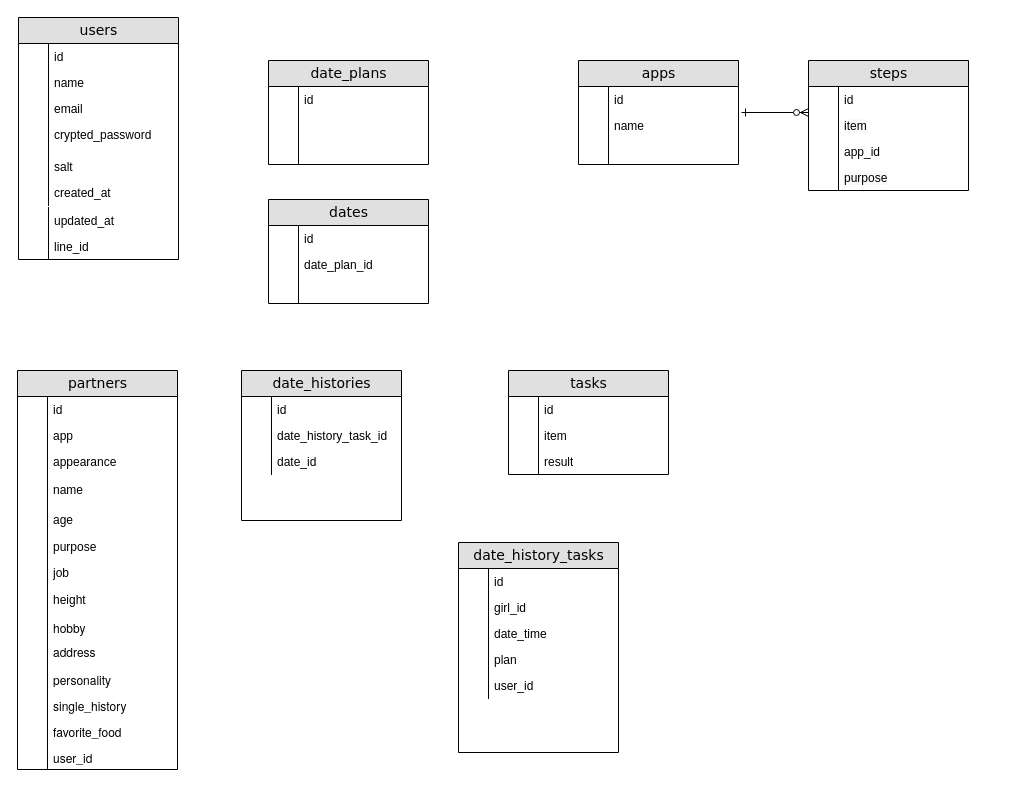
This is Untitled Diagram.drawio from kstar0102/ryuki0102, a draw.io file, before an edit. Source tidied: cells renumbered, new cells numbered last; positions are measured from the earlier drawing's top-left corner, leaving out a move shared by most shapes. Both pictures are drawn from the tidied source at 100%, with x=0, y=0 at pixel (17, 17).
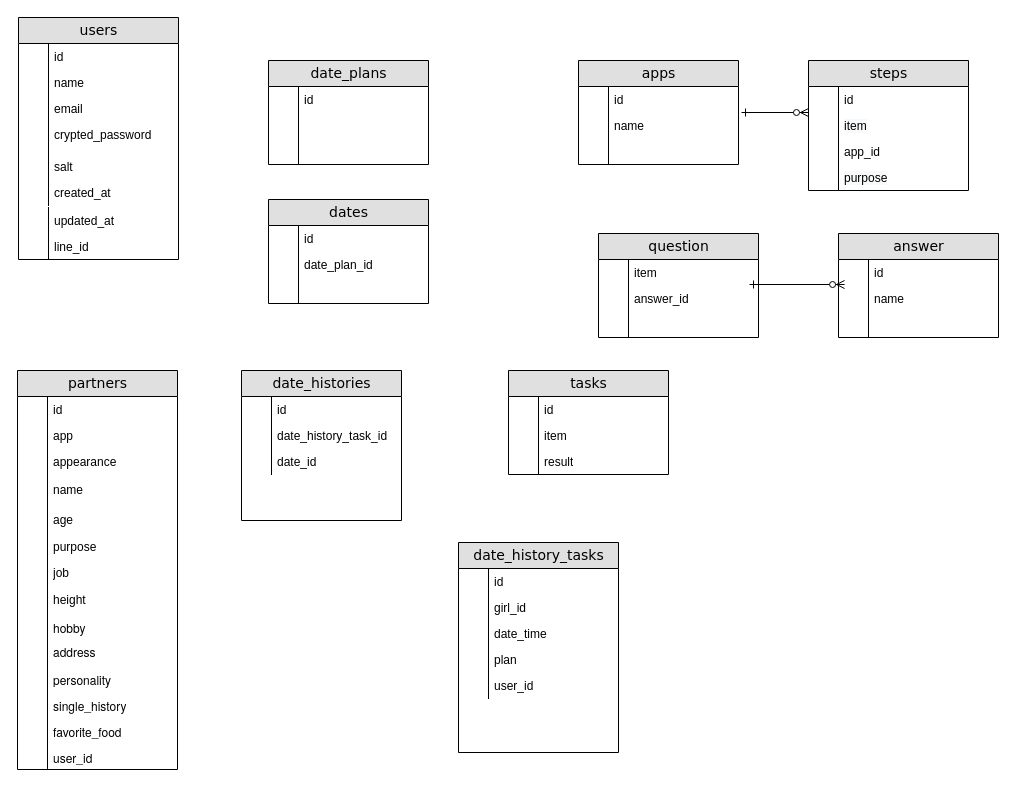
The same page after the edit.

Change to the diagram source:
```diff
@@
+    <mxCell id="108" value="question" style="swimlane;html=1;fontStyle=0;horizontal=1;startSize=26;fillColor=#e0e0e0;swimlaneFillColor=#ffffff;align=center;rounded=0;shadow=0;comic=0;labelBackgroundColor=none;strokeWidth=1;fontFamily=Verdana;fontSize=14;" parent="1" vertex="1">
+      <mxGeometry x="581" y="216" width="160" height="104" as="geometry" />
+    </mxCell>
+    <mxCell id="109" value="item" style="shape=partialRectangle;top=0;left=0;right=0;bottom=0;html=1;align=left;verticalAlign=top;fillColor=none;spacingLeft=34;spacingRight=4;whiteSpace=wrap;overflow=hidden;points=[[0,0.5],[1,0.5]];portConstraint=eastwest;" parent="108" vertex="1">
+      <mxGeometry y="26" width="160" height="26" as="geometry" />
+    </mxCell>
+    <mxCell id="110" style="shape=partialRectangle;top=0;left=0;bottom=0;html=1;fillColor=none;align=left;verticalAlign=top;spacingLeft=4;spacingRight=4;whiteSpace=wrap;overflow=hidden;" parent="109" vertex="1">
+      <mxGeometry width="30" height="26" as="geometry" />
+    </mxCell>
+    <mxCell id="111" value="answer_id" style="shape=partialRectangle;top=0;left=0;right=0;bottom=0;html=1;align=left;verticalAlign=top;fillColor=none;spacingLeft=34;spacingRight=4;whiteSpace=wrap;overflow=hidden;" parent="108" vertex="1">
+      <mxGeometry y="52" width="160" height="26" as="geometry" />
+    </mxCell>
+    <mxCell id="112" style="shape=partialRectangle;top=0;left=0;bottom=0;html=1;fillColor=none;align=left;verticalAlign=top;spacingLeft=4;spacingRight=4;whiteSpace=wrap;overflow=hidden;" parent="111" vertex="1">
+      <mxGeometry width="30" height="26" as="geometry" />
+    </mxCell>
+    <mxCell id="113" style="shape=partialRectangle;top=0;left=0;right=0;bottom=0;html=1;align=left;verticalAlign=top;fillColor=none;spacingLeft=34;spacingRight=4;whiteSpace=wrap;overflow=hidden;" parent="108" vertex="1">
+      <mxGeometry y="78" width="160" height="26" as="geometry" />
+    </mxCell>
+    <mxCell id="114" style="shape=partialRectangle;top=0;left=0;bottom=0;html=1;fillColor=none;align=left;verticalAlign=top;spacingLeft=4;spacingRight=4;whiteSpace=wrap;overflow=hidden;" parent="113" vertex="1">
+      <mxGeometry width="30" height="26" as="geometry" />
+    </mxCell>
+    <mxCell id="115" value="answer" style="swimlane;html=1;fontStyle=0;horizontal=1;startSize=26;fillColor=#e0e0e0;swimlaneFillColor=#ffffff;align=center;rounded=0;shadow=0;comic=0;labelBackgroundColor=none;strokeWidth=1;fontFamily=Verdana;fontSize=14;" parent="1" vertex="1">
+      <mxGeometry x="821" y="216" width="160" height="104" as="geometry" />
+    </mxCell>
+    <mxCell id="116" value="id" style="shape=partialRectangle;top=0;left=0;right=0;bottom=0;html=1;align=left;verticalAlign=top;fillColor=none;spacingLeft=34;spacingRight=4;whiteSpace=wrap;overflow=hidden;" parent="115" vertex="1">
+      <mxGeometry y="26" width="160" height="26" as="geometry" />
+    </mxCell>
+    <mxCell id="117" style="shape=partialRectangle;top=0;left=0;bottom=0;html=1;fillColor=none;align=left;verticalAlign=top;spacingLeft=4;spacingRight=4;whiteSpace=wrap;overflow=hidden;" parent="116" vertex="1">
+      <mxGeometry width="30" height="26" as="geometry" />
+    </mxCell>
+    <mxCell id="118" value="name" style="shape=partialRectangle;top=0;left=0;right=0;bottom=0;html=1;align=left;verticalAlign=top;fillColor=none;spacingLeft=34;spacingRight=4;whiteSpace=wrap;overflow=hidden;points=[[0,0.5],[1,0.5]];portConstraint=eastwest;" parent="115" vertex="1">
+      <mxGeometry y="52" width="160" height="26" as="geometry" />
+    </mxCell>
+    <mxCell id="119" style="shape=partialRectangle;top=0;left=0;bottom=0;html=1;fillColor=none;align=left;verticalAlign=top;spacingLeft=4;spacingRight=4;whiteSpace=wrap;overflow=hidden;" parent="118" vertex="1">
+      <mxGeometry width="30" height="26" as="geometry" />
+    </mxCell>
+    <mxCell id="120" style="shape=partialRectangle;top=0;left=0;right=0;bottom=0;html=1;align=left;verticalAlign=top;fillColor=none;spacingLeft=34;spacingRight=4;whiteSpace=wrap;overflow=hidden;" parent="115" vertex="1">
+      <mxGeometry y="78" width="160" height="26" as="geometry" />
+    </mxCell>
+    <mxCell id="121" style="shape=partialRectangle;top=0;left=0;bottom=0;html=1;fillColor=none;align=left;verticalAlign=top;spacingLeft=4;spacingRight=4;whiteSpace=wrap;overflow=hidden;" parent="120" vertex="1">
+      <mxGeometry width="30" height="26" as="geometry" />
+    </mxCell>
+    <mxCell id="122" style="endArrow=ERzeroToMany;html=1;rounded=0;startArrow=ERone;startFill=0;endFill=1;entryX=0.038;entryY=-0.038;entryDx=0;entryDy=0;entryPerimeter=0;exitX=0.944;exitY=0.962;exitDx=0;exitDy=0;exitPerimeter=0;" parent="1" edge="1" source="109" target="118">
+      <mxGeometry relative="1" as="geometry" />
+    </mxCell>
```
